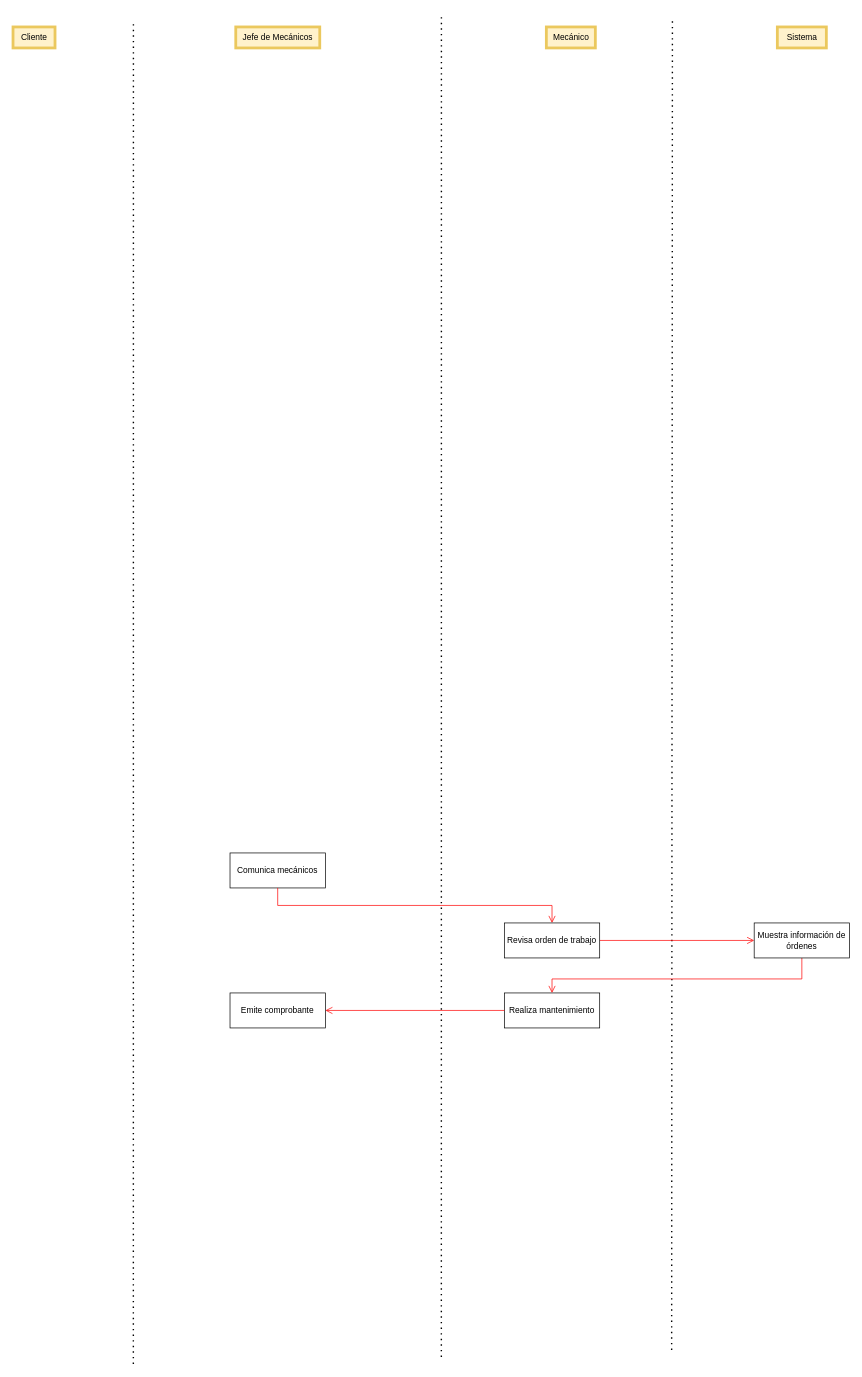
Above: page "Actividades3" (5 of 6) of Diagrama sin título.drawio in KeiKurono96/Experiencias3 (draw.io), before the change. Source tidied: cells renumbered, new cells numbered last; positions are measured from the earlier drawing's top-left corner, leaving out a move shared by most shapes. Both pictures are drawn from the tidied source at 70%, with x=0, y=0 at pixel (13, 13).
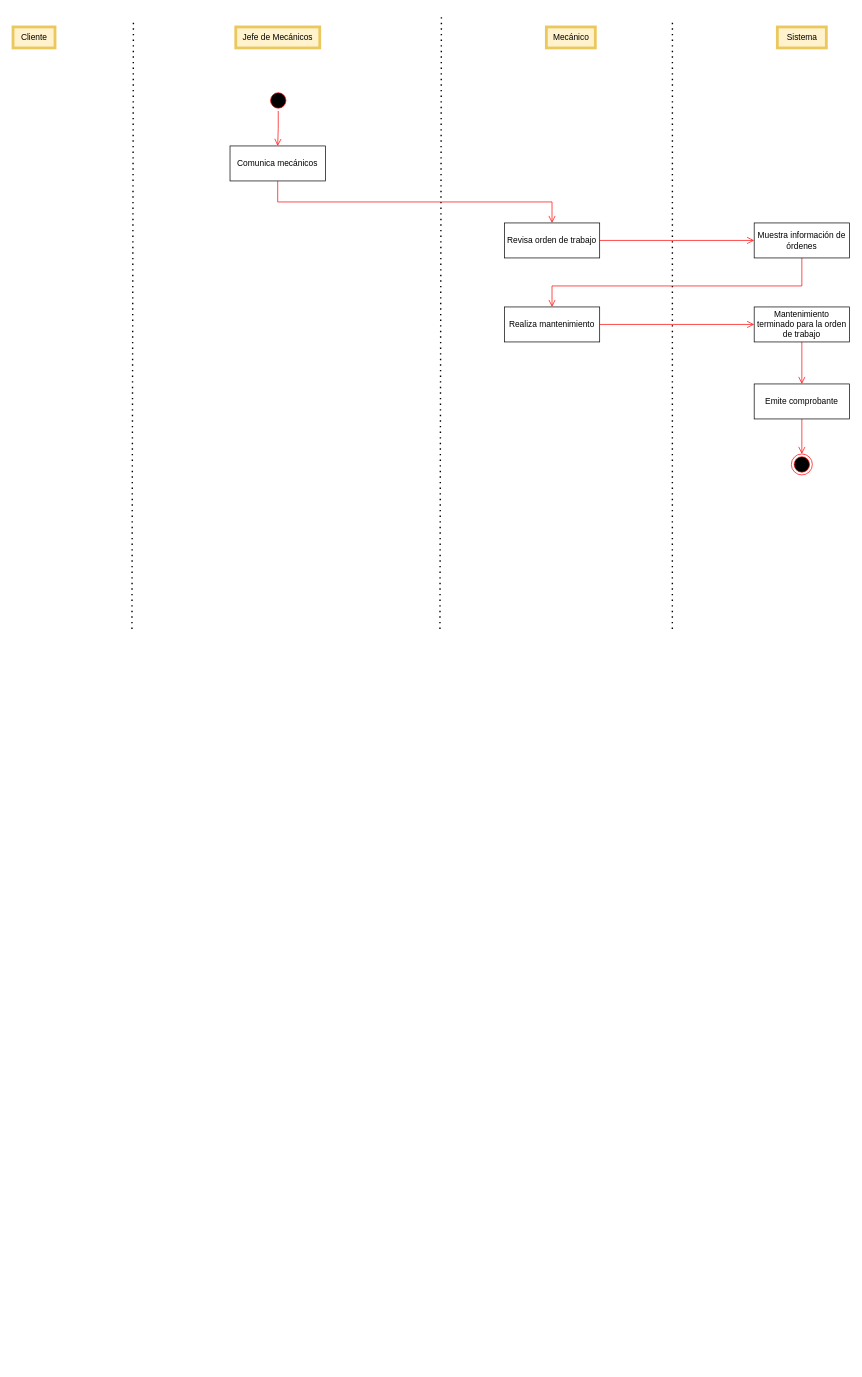
After the change.

The edit, as a diff of the source:
```diff
@@
     <mxCell id="3" style="endArrow=none;dashed=1;html=1;dashPattern=1 3;strokeWidth=2;rounded=0;" parent="1" edge="1">
       <mxGeometry relative="1" as="geometry">
-        <mxPoint x="172" y="1930" as="sourcePoint" />
+        <mxPoint x="170" y="880" as="sourcePoint" />
         <mxPoint x="172.1" y="10" as="targetPoint" />
       </mxGeometry>
     </mxCell>
@@
     <mxCell id="6" style="endArrow=none;dashed=1;html=1;dashPattern=1 3;strokeWidth=2;rounded=0;" parent="1" edge="1">
       <mxGeometry relative="1" as="geometry">
-        <mxPoint x="612" y="1920" as="sourcePoint" />
+        <mxPoint x="610" y="880" as="sourcePoint" />
         <mxPoint x="612.1" as="targetPoint" />
       </mxGeometry>
     </mxCell>
     <mxCell id="7" value="Comunica mecánicos" style="html=1;whiteSpace=wrap;" parent="1" vertex="1">
-      <mxGeometry x="310.1" y="1200" width="136.2" height="50" as="geometry" />
+      <mxGeometry x="310.1" y="190" width="136.2" height="50" as="geometry" />
     </mxCell>
     <mxCell id="8" value="Realiza mantenimiento" style="html=1;whiteSpace=wrap;" parent="1" vertex="1">
-      <mxGeometry x="702" y="1400" width="136.2" height="50" as="geometry" />
+      <mxGeometry x="702" y="420" width="136.2" height="50" as="geometry" />
     </mxCell>
@@
+    <mxCell id="18" style="edgeStyle=orthogonalEdgeStyle;shape=connector;rounded=0;jettySize=auto;html=1;entryX=0.5;entryY=0;entryDx=0;entryDy=0;labelBackgroundColor=default;strokeColor=#ff0000;fontFamily=Helvetica;fontSize=11;fontColor=default;endArrow=open;endSize=8;" parent="1" edge="1" source="10" target="23">
+      <mxGeometry relative="1" as="geometry" />
+    </mxCell>
     <mxCell id="10" value="Emite comprobante" style="html=1;whiteSpace=wrap;" parent="1" vertex="1">
-      <mxGeometry x="310.1" y="1400" width="136.2" height="50" as="geometry" />
+      <mxGeometry x="1058.9" y="530" width="136.2" height="50" as="geometry" />
     </mxCell>
-    <mxCell id="11" style="edgeStyle=orthogonalEdgeStyle;html=1;verticalAlign=bottom;endArrow=open;endSize=8;strokeColor=#ff0000;rounded=0;entryX=1;entryY=0.5;entryDx=0;entryDy=0;exitX=0;exitY=0.5;exitDx=0;exitDy=0;" parent="1" edge="1" source="8" target="10">
+    <mxCell id="11" style="edgeStyle=orthogonalEdgeStyle;html=1;verticalAlign=bottom;endArrow=open;endSize=8;strokeColor=#ff0000;rounded=0;entryX=0;entryY=0.5;entryDx=0;entryDy=0;exitX=1;exitY=0.5;exitDx=0;exitDy=0;" parent="1" edge="1" source="8" target="22">
       <mxGeometry relative="1" as="geometry" />
     </mxCell>
     <mxCell id="12" style="endArrow=none;dashed=1;html=1;dashPattern=1 3;strokeWidth=2;rounded=0;" parent="1" edge="1">
       <mxGeometry relative="1" as="geometry">
-        <mxPoint x="941" y="1910" as="sourcePoint" />
+        <mxPoint x="942" y="880" as="sourcePoint" />
         <mxPoint x="942.1" y="10" as="targetPoint" />
       </mxGeometry>
     </mxCell>
@@
     <mxCell id="15" value="Revisa orden de trabajo" style="html=1;whiteSpace=wrap;" parent="1" vertex="1">
-      <mxGeometry x="702" y="1300" width="136.2" height="50" as="geometry" />
+      <mxGeometry x="702" y="300" width="136.2" height="50" as="geometry" />
     </mxCell>
     <mxCell id="16" style="edgeStyle=orthogonalEdgeStyle;shape=connector;rounded=0;jettySize=auto;html=1;entryX=0.5;entryY=0;entryDx=0;entryDy=0;labelBackgroundColor=default;strokeColor=#ff0000;fontFamily=Helvetica;fontSize=11;fontColor=default;endArrow=open;endSize=8;" parent="1" edge="1" source="17" target="8">
       <mxGeometry relative="1" as="geometry">
         <Array as="points">
-          <mxPoint x="1127" y="1380" />
-          <mxPoint x="770" y="1380" />
+          <mxPoint x="1127" y="390" />
+          <mxPoint x="770" y="390" />
         </Array>
       </mxGeometry>
     </mxCell>
     <mxCell id="17" value="Muestra información de órdenes" style="html=1;whiteSpace=wrap;" parent="1" vertex="1">
-      <mxGeometry x="1058.9" y="1300" width="136.2" height="50" as="geometry" />
+      <mxGeometry x="1058.9" y="300" width="136.2" height="50" as="geometry" />
     </mxCell>
+    <mxCell id="19" style="ellipse;html=1;shape=startState;fillColor=#000000;strokeColor=#ff0000;" parent="1" vertex="1">
+      <mxGeometry x="364" y="110" width="30" height="30" as="geometry" />
+    </mxCell>
+    <mxCell id="20" style="edgeStyle=orthogonalEdgeStyle;html=1;verticalAlign=bottom;endArrow=open;endSize=8;strokeColor=#ff0000;rounded=0;entryX=0.5;entryY=0;entryDx=0;entryDy=0;" parent="1" edge="1" source="19" target="7">
+      <mxGeometry relative="1" as="geometry" />
+    </mxCell>
+    <mxCell id="21" style="edgeStyle=orthogonalEdgeStyle;shape=connector;rounded=0;jettySize=auto;html=1;entryX=0.5;entryY=0;entryDx=0;entryDy=0;labelBackgroundColor=default;strokeColor=#ff0000;fontFamily=Helvetica;fontSize=11;fontColor=default;endArrow=open;endSize=8;" parent="1" edge="1" source="22" target="10">
+      <mxGeometry relative="1" as="geometry" />
+    </mxCell>
+    <mxCell id="22" value="Mantenimiento terminado para la orden de trabajo" style="html=1;whiteSpace=wrap;" parent="1" vertex="1">
+      <mxGeometry x="1058.9" y="420" width="136.2" height="50" as="geometry" />
+    </mxCell>
+    <mxCell id="23" style="ellipse;html=1;shape=endState;fillColor=#000000;strokeColor=#ff0000;fontFamily=Helvetica;fontSize=11;fontColor=default;" parent="1" vertex="1">
+      <mxGeometry x="1112" y="630" width="30" height="30" as="geometry" />
+    </mxCell>
```
